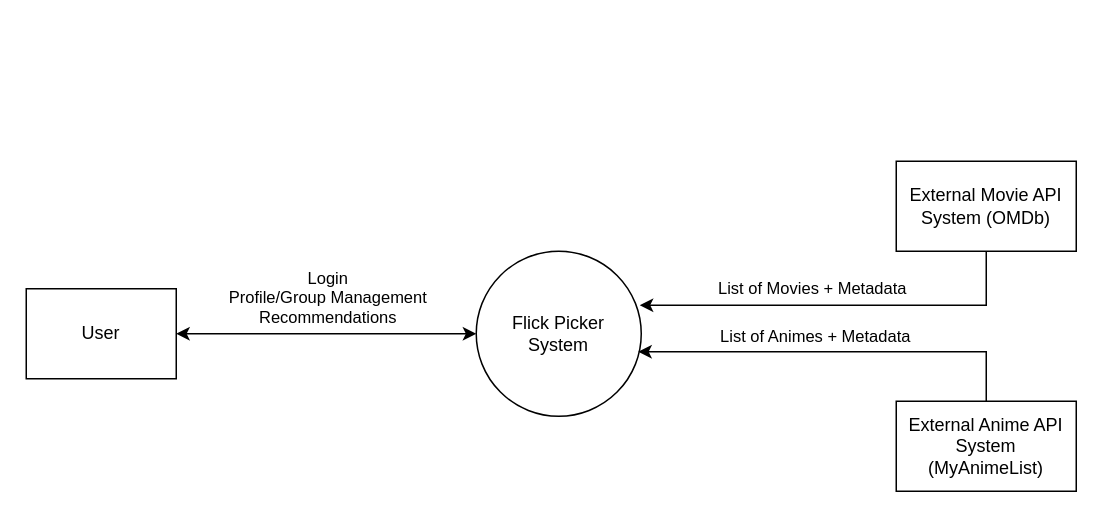
Before: docs/Design/SystDesign/SystemContext.drawio in Flick-Picker/full-stack, a draw.io diagram. Source tidied: cells renumbered, new cells numbered last; positions are measured from the earlier drawing's top-left corner, leaving out a move shared by most shapes. Both pictures are drawn from the tidied source at 150%, with x=0, y=0 at pixel (26, 160).
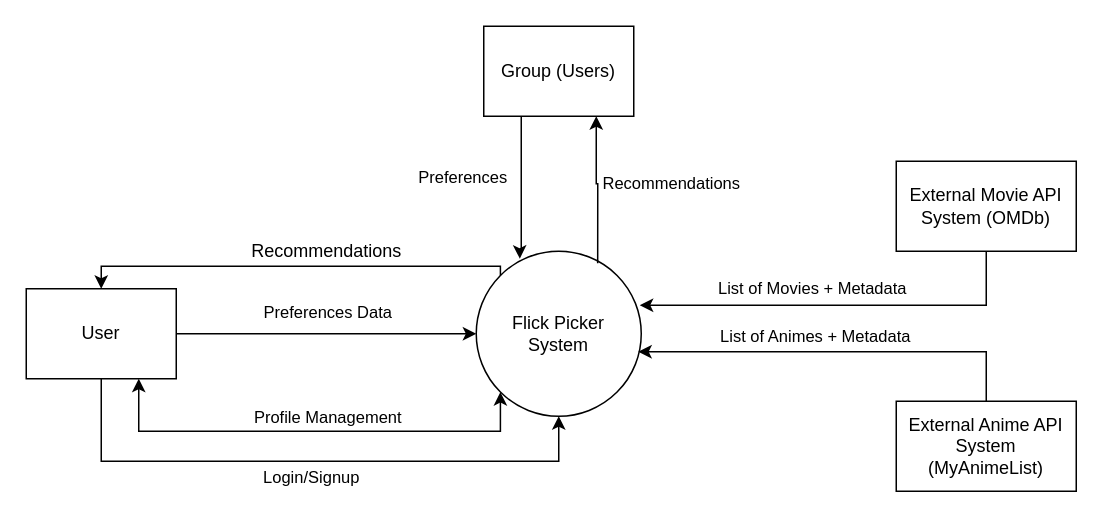
Above is the later version.

Commit message (it also covers changes not shown here):
Updated diagrams within design docs

The change refers to these unchanged cells:
```xml
<mxCell id="2" value="Flick Picker&lt;br&gt;System" style="ellipse;whiteSpace=wrap;html=1;" parent="1" vertex="1">
  <mxGeometry x="300" y="60" width="110" height="110" as="geometry" />
</mxCell>
<mxCell id="3" value="User" style="rounded=0;whiteSpace=wrap;html=1;" parent="1" vertex="1">
  <mxGeometry y="85" width="100" height="60" as="geometry" />
</mxCell>
```

The edit, as a diff of the source:
```diff
@@
+    <mxCell id="12" style="edgeStyle=orthogonalEdgeStyle;rounded=0;jettySize=auto;html=1;entryX=0.5;entryY=1;entryDx=0;entryDy=0;exitX=0.5;exitY=1;exitDx=0;exitDy=0;" parent="1" edge="1" source="3" target="2">
+      <mxGeometry relative="1" as="geometry">
+        <Array as="points">
+          <mxPoint x="50" y="200" />
+          <mxPoint x="355" y="200" />
+        </Array>
+      </mxGeometry>
+    </mxCell>
+    <mxCell id="13" value="Login/Signup" style="edgeLabel;html=1;align=center;verticalAlign=middle;" parent="12" vertex="1">
+      <mxGeometry x="-0.11" y="-2" relative="1" as="geometry">
+        <mxPoint x="20" y="8" as="offset" />
+      </mxGeometry>
+    </mxCell>
+    <mxCell id="14" style="edgeStyle=orthogonalEdgeStyle;rounded=0;jettySize=auto;html=1;exitX=0.75;exitY=1;exitDx=0;exitDy=0;entryX=0;entryY=1;entryDx=0;entryDy=0;startArrow=classic;startFill=1;" parent="1" edge="1" source="3" target="2">
+      <mxGeometry relative="1" as="geometry">
+        <Array as="points">
+          <mxPoint x="75" y="180" />
+          <mxPoint x="316" y="180" />
+        </Array>
+      </mxGeometry>
+    </mxCell>
+    <mxCell id="15" value="Profile Management" style="edgeLabel;html=1;align=center;verticalAlign=middle;" parent="14" vertex="1">
+      <mxGeometry x="0.3" y="1" relative="1" as="geometry">
+        <mxPoint x="-36" y="-9" as="offset" />
+      </mxGeometry>
+    </mxCell>
+    <mxCell id="16" style="edgeStyle=orthogonalEdgeStyle;rounded=0;jettySize=auto;html=1;entryX=0;entryY=0.5;entryDx=0;entryDy=0;" parent="1" edge="1" source="3" target="2">
+      <mxGeometry relative="1" as="geometry" />
+    </mxCell>
+    <mxCell id="17" value="Preferences Data" style="edgeLabel;html=1;align=center;verticalAlign=middle;" parent="16" vertex="1">
+      <mxGeometry x="0.18" y="4" relative="1" as="geometry">
+        <mxPoint x="-18" y="-11" as="offset" />
+      </mxGeometry>
+    </mxCell>
+    <mxCell id="18" style="edgeStyle=orthogonalEdgeStyle;rounded=0;jettySize=auto;html=1;entryX=0;entryY=0;entryDx=0;entryDy=0;startArrow=classic;startFill=1;endArrow=none;endFill=0;" parent="1" edge="1" source="3" target="2">
+      <mxGeometry relative="1" as="geometry">
+        <Array as="points">
+          <mxPoint x="50" y="70" />
+          <mxPoint x="316" y="70" />
+        </Array>
+      </mxGeometry>
+    </mxCell>
@@
-    <mxCell id="9" style="endArrow=classic;startArrow=classic;html=1;exitX=1;exitY=0.5;exitDx=0;exitDy=0;entryX=0;entryY=0.5;entryDx=0;entryDy=0;" parent="1" edge="1" source="3" target="2">
-      <mxGeometry relative="1" as="geometry" />
-    </mxCell>
-    <mxCell id="10" value="Login&lt;br&gt;Profile/Group Management&lt;br&gt;Recommendations" style="edgeLabel;html=1;align=center;verticalAlign=middle;" parent="9" vertex="1">
-      <mxGeometry x="-0.14" y="-4" relative="1" as="geometry">
-        <mxPoint x="14" y="-29" as="offset" />
-      </mxGeometry>
-    </mxCell>
@@
+    <mxCell id="19" value="Recommendations" style="text;html=1;align=center;verticalAlign=middle;" parent="1" vertex="1">
+      <mxGeometry x="140" y="50" width="120" height="20" as="geometry" />
+    </mxCell>
+    <mxCell id="20" value="Recommendations" style="edgeStyle=orthogonalEdgeStyle;rounded=0;jettySize=auto;html=1;entryX=0.736;entryY=0.073;entryDx=0;entryDy=0;startArrow=classic;startFill=1;endArrow=none;endFill=0;exitX=0.75;exitY=1;exitDx=0;exitDy=0;entryPerimeter=0;" parent="1" edge="1" source="23" target="2">
+      <mxGeometry x="-0.07" y="49" relative="1" as="geometry" />
+    </mxCell>
+    <mxCell id="21" style="edgeStyle=orthogonalEdgeStyle;rounded=0;jettySize=auto;html=1;entryX=0.264;entryY=0.045;entryDx=0;entryDy=0;startArrow=none;startFill=0;endArrow=classic;endFill=1;entryPerimeter=0;" parent="1" edge="1" source="23" target="2">
+      <mxGeometry relative="1" as="geometry">
+        <Array as="points">
+          <mxPoint x="330" y="60" />
+          <mxPoint x="329" y="60" />
+        </Array>
+      </mxGeometry>
+    </mxCell>
+    <mxCell id="22" value="Preferences" style="edgeLabel;html=1;align=center;verticalAlign=middle;" parent="21" vertex="1">
+      <mxGeometry x="0.06" y="4" relative="1" as="geometry">
+        <mxPoint x="-44" y="-11" as="offset" />
+      </mxGeometry>
+    </mxCell>
+    <mxCell id="23" value="Group (Users)" style="rounded=0;whiteSpace=wrap;html=1;" parent="1" vertex="1">
+      <mxGeometry x="305" y="-90" width="100" height="60" as="geometry" />
+    </mxCell>
```
